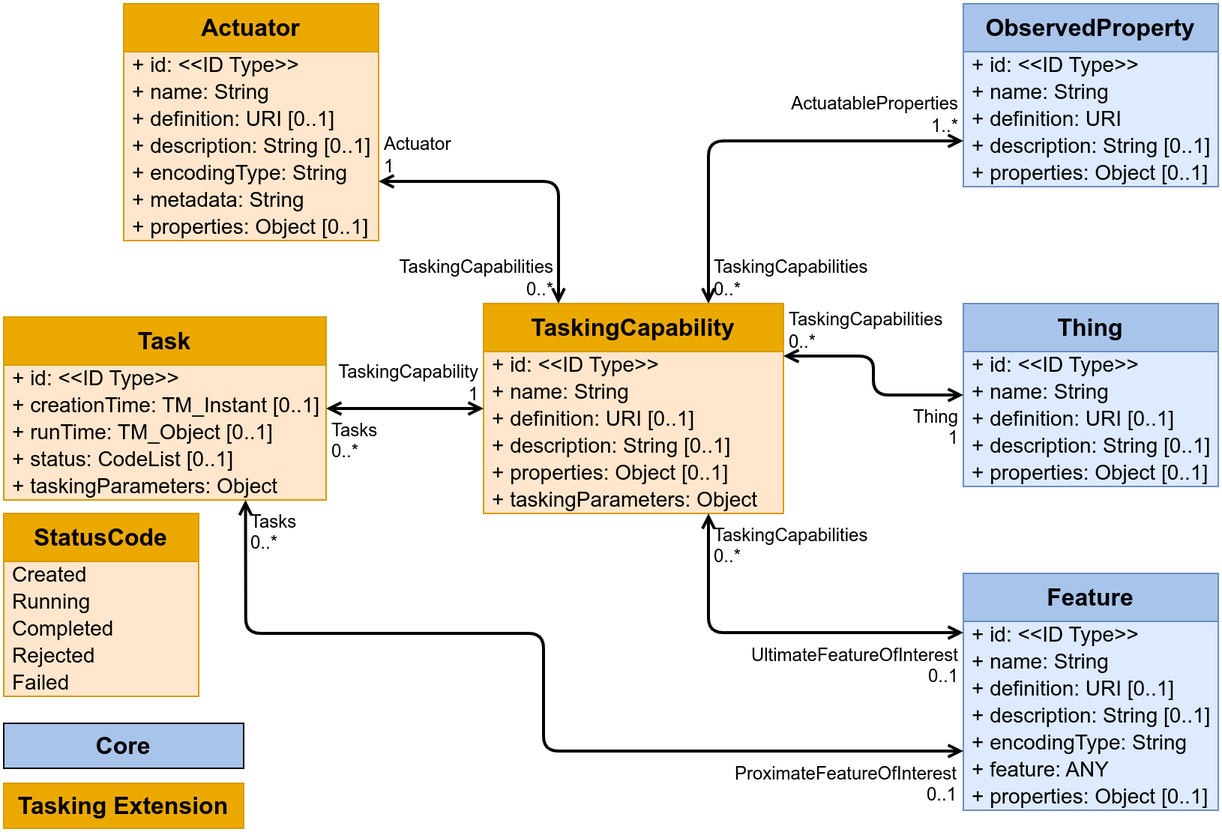
Earlier version of the draw.io export figures/Datamodel-SensorThingsApi-V2-Tasking.drawio.png (opengeospatial/sensorthings). Source tidied: cells renumbered, new cells last; positions are measured from the earlier drawing's top-left corner, leaving out a move shared by most shapes.
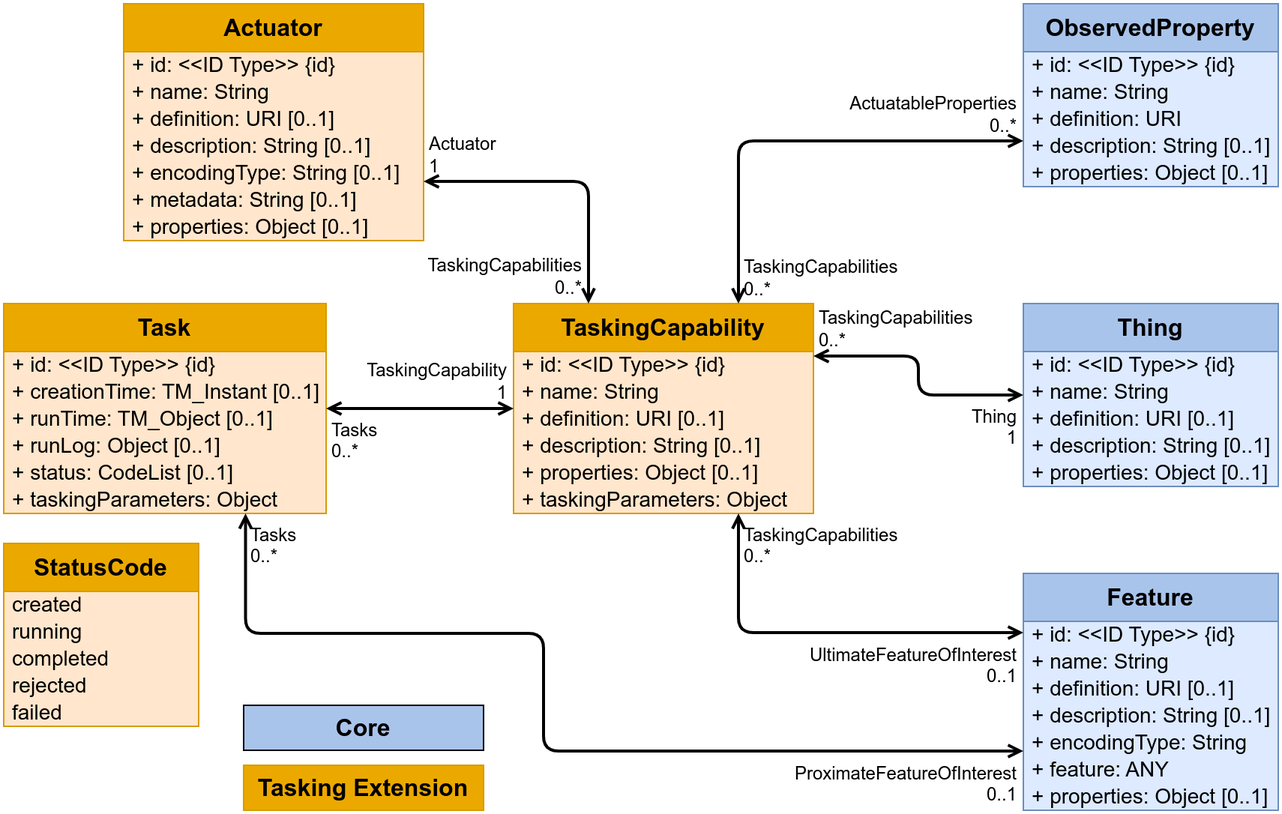
After the commit.

Change to the diagram source:
```diff
@@ -3,9 +3,9 @@
     <mxCell id="0" />
     <mxCell id="1" parent="0" />
     <mxCell id="2" value="Feature" style="swimlane;fontStyle=1;horizontal=1;startSize=32;fontSize=16;whiteSpace=wrap;html=1;fillColor=#A9C4EB;strokeColor=#6c8ebf;swimlaneFillColor=#DDEAFF;verticalAlign=top;" parent="1" vertex="1">
-      <mxGeometry x="640" y="380" width="170" height="158" as="geometry" />
+      <mxGeometry x="680" y="380" width="170" height="158" as="geometry" />
     </mxCell>
-    <mxCell id="3" value="+ id: &amp;lt;&amp;lt;ID Type&amp;gt;&amp;gt;" style="text;strokeColor=none;fillColor=none;align=left;verticalAlign=middle;spacingLeft=4;spacingRight=4;overflow=visible;html=1;fontSize=14;" parent="2" vertex="1">
+    <mxCell id="3" value="+ id: &amp;lt;&amp;lt;ID Type&amp;gt;&amp;gt;&amp;nbsp;{id}" style="text;strokeColor=none;fillColor=none;align=left;verticalAlign=middle;spacingLeft=4;spacingRight=4;overflow=visible;html=1;fontSize=14;" parent="2" vertex="1">
       <mxGeometry y="32" width="170" height="18" as="geometry" />
     </mxCell>
     <mxCell id="4" value="+ name: String" style="text;strokeColor=none;fillColor=none;align=left;verticalAlign=middle;spacingLeft=4;spacingRight=4;overflow=visible;html=1;fontSize=14;" parent="2" vertex="1">
@@ -27,9 +27,9 @@
       <mxGeometry y="140" width="170" height="18" as="geometry" />
     </mxCell>
     <mxCell id="10" value="ObservedProperty" style="swimlane;fontStyle=1;horizontal=1;startSize=32;fontSize=16;whiteSpace=wrap;html=1;fillColor=#A9C4EB;strokeColor=#6c8ebf;swimlaneFillColor=#DDEAFF;verticalAlign=top;" parent="1" vertex="1">
-      <mxGeometry x="640" width="170" height="122" as="geometry" />
+      <mxGeometry x="680" width="170" height="122" as="geometry" />
     </mxCell>
-    <mxCell id="11" value="+ id: &amp;lt;&amp;lt;ID Type&amp;gt;&amp;gt;" style="text;strokeColor=none;fillColor=none;align=left;verticalAlign=middle;spacingLeft=4;spacingRight=4;overflow=visible;html=1;fontSize=14;" parent="10" vertex="1">
+    <mxCell id="11" value="+ id: &amp;lt;&amp;lt;ID Type&amp;gt;&amp;gt;&amp;nbsp;{id}" style="text;strokeColor=none;fillColor=none;align=left;verticalAlign=middle;spacingLeft=4;spacingRight=4;overflow=visible;html=1;fontSize=14;" parent="10" vertex="1">
       <mxGeometry y="32" width="170" height="18" as="geometry" />
     </mxCell>
     <mxCell id="12" value="+ name: String" style="text;strokeColor=none;fillColor=none;align=left;verticalAlign=middle;spacingLeft=4;spacingRight=4;overflow=visible;html=1;fontSize=14;" parent="10" vertex="1">
@@ -45,9 +45,9 @@
       <mxGeometry y="104" width="170" height="18" as="geometry" />
     </mxCell>
     <mxCell id="16" value="Thing" style="swimlane;fontStyle=1;horizontal=1;startSize=32;fontSize=16;whiteSpace=wrap;html=1;fillColor=#A9C4EB;strokeColor=#6c8ebf;swimlaneFillColor=#DDEAFF;verticalAlign=top;" parent="1" vertex="1">
-      <mxGeometry x="640" y="200" width="170" height="122" as="geometry" />
+      <mxGeometry x="680" y="200" width="170" height="122" as="geometry" />
     </mxCell>
-    <mxCell id="17" value="+ id: &amp;lt;&amp;lt;ID Type&amp;gt;&amp;gt;" style="text;strokeColor=none;fillColor=none;align=left;verticalAlign=middle;spacingLeft=4;spacingRight=4;overflow=visible;html=1;fontSize=14;" parent="16" vertex="1">
+    <mxCell id="17" value="+ id: &amp;lt;&amp;lt;ID Type&amp;gt;&amp;gt;&amp;nbsp;{id}" style="text;strokeColor=none;fillColor=none;align=left;verticalAlign=middle;spacingLeft=4;spacingRight=4;overflow=visible;html=1;fontSize=14;" parent="16" vertex="1">
       <mxGeometry y="32" width="170" height="18" as="geometry" />
     </mxCell>
     <mxCell id="18" value="+ name: String" style="text;strokeColor=none;fillColor=none;align=left;verticalAlign=middle;spacingLeft=4;spacingRight=4;overflow=visible;html=1;fontSize=14;" parent="16" vertex="1">
@@ -63,36 +63,36 @@
       <mxGeometry y="104" width="170" height="18" as="geometry" />
     </mxCell>
     <mxCell id="22" value="Core" style="rounded=0;whiteSpace=wrap;html=1;labelBackgroundColor=none;fillColor=#A9C4EB;strokeColor=default;fontStyle=1;fontSize=16;" parent="1" vertex="1">
-      <mxGeometry y="480" width="160" height="30" as="geometry" />
+      <mxGeometry x="160" y="468" width="160" height="30" as="geometry" />
     </mxCell>
     <mxCell id="23" value="Actuator" style="swimlane;fontStyle=1;horizontal=1;startSize=32;fontSize=16;whiteSpace=wrap;html=1;fillColor=#EBA900;strokeColor=#d79b00;swimlaneFillColor=#FFE6CC;" parent="1" vertex="1">
-      <mxGeometry x="80" width="170" height="158" as="geometry" />
+      <mxGeometry x="80" width="200" height="158" as="geometry" />
     </mxCell>
-    <mxCell id="24" value="+ id: &amp;lt;&amp;lt;ID Type&amp;gt;&amp;gt;" style="text;strokeColor=none;fillColor=none;align=left;verticalAlign=middle;spacingLeft=4;spacingRight=4;overflow=visible;html=1;fontSize=14;" parent="23" vertex="1">
-      <mxGeometry y="32" width="170" height="18" as="geometry" />
+    <mxCell id="24" value="+ id: &amp;lt;&amp;lt;ID Type&amp;gt;&amp;gt; {id}" style="text;strokeColor=none;fillColor=none;align=left;verticalAlign=middle;spacingLeft=4;spacingRight=4;overflow=visible;html=1;fontSize=14;" parent="23" vertex="1">
+      <mxGeometry y="32" width="200" height="18" as="geometry" />
     </mxCell>
     <mxCell id="25" value="+ name: String" style="text;strokeColor=none;fillColor=none;align=left;verticalAlign=middle;spacingLeft=4;spacingRight=4;overflow=visible;html=1;fontSize=14;" parent="23" vertex="1">
-      <mxGeometry y="50" width="170" height="18" as="geometry" />
+      <mxGeometry y="50" width="200" height="18" as="geometry" />
     </mxCell>
     <mxCell id="26" value="+ definition: URI&amp;nbsp;[0..1]" style="text;strokeColor=none;fillColor=none;align=left;verticalAlign=middle;spacingLeft=4;spacingRight=4;overflow=visible;html=1;fontSize=14;" parent="23" vertex="1">
-      <mxGeometry y="68" width="170" height="18" as="geometry" />
+      <mxGeometry y="68" width="200" height="18" as="geometry" />
     </mxCell>
     <mxCell id="27" value="+ description: String&amp;nbsp;[0..1]" style="text;strokeColor=none;fillColor=none;align=left;verticalAlign=middle;spacingLeft=4;spacingRight=4;overflow=visible;html=1;fontSize=14;" parent="23" vertex="1">
-      <mxGeometry y="86" width="170" height="18" as="geometry" />
+      <mxGeometry y="86" width="200" height="18" as="geometry" />
     </mxCell>
-    <mxCell id="28" value="+ encodingType: String" style="text;strokeColor=none;fillColor=none;align=left;verticalAlign=middle;spacingLeft=4;spacingRight=4;overflow=visible;html=1;fontSize=14;" parent="23" vertex="1">
-      <mxGeometry y="104" width="170" height="18" as="geometry" />
+    <mxCell id="28" value="+ encodingType: String [0..1]" style="text;strokeColor=none;fillColor=none;align=left;verticalAlign=middle;spacingLeft=4;spacingRight=4;overflow=visible;html=1;fontSize=14;" parent="23" vertex="1">
+      <mxGeometry y="104" width="200" height="18" as="geometry" />
     </mxCell>
-    <mxCell id="29" value="+ metadata: String" style="text;strokeColor=none;fillColor=none;align=left;verticalAlign=middle;spacingLeft=4;spacingRight=4;overflow=visible;html=1;fontSize=14;" parent="23" vertex="1">
-      <mxGeometry y="122" width="170" height="18" as="geometry" />
+    <mxCell id="29" value="+ metadata: String [0..1]" style="text;strokeColor=none;fillColor=none;align=left;verticalAlign=middle;spacingLeft=4;spacingRight=4;overflow=visible;html=1;fontSize=14;" parent="23" vertex="1">
+      <mxGeometry y="122" width="200" height="18" as="geometry" />
     </mxCell>
     <mxCell id="30" value="+ properties: Object&amp;nbsp;[0..1]" style="text;strokeColor=none;fillColor=none;align=left;verticalAlign=middle;spacingLeft=4;spacingRight=4;overflow=visible;html=1;fontSize=14;" parent="23" vertex="1">
-      <mxGeometry y="140" width="170" height="18" as="geometry" />
+      <mxGeometry y="140" width="200" height="18" as="geometry" />
     </mxCell>
     <mxCell id="31" value="Task" style="swimlane;fontStyle=1;horizontal=1;startSize=32;fontSize=16;whiteSpace=wrap;html=1;fillColor=#EBA900;strokeColor=#d79b00;swimlaneFillColor=#FFE6CC;" parent="1" vertex="1">
-      <mxGeometry y="209" width="215" height="122" as="geometry" />
+      <mxGeometry y="200" width="215" height="140" as="geometry" />
     </mxCell>
-    <mxCell id="32" value="+ id: &amp;lt;&amp;lt;ID Type&amp;gt;&amp;gt;" style="text;strokeColor=none;fillColor=none;align=left;verticalAlign=middle;spacingLeft=4;spacingRight=4;overflow=visible;html=1;fontSize=14;" parent="31" vertex="1">
+    <mxCell id="32" value="+ id: &amp;lt;&amp;lt;ID Type&amp;gt;&amp;gt;&amp;nbsp;{id}" style="text;strokeColor=none;fillColor=none;align=left;verticalAlign=middle;spacingLeft=4;spacingRight=4;overflow=visible;html=1;fontSize=14;" parent="31" vertex="1">
       <mxGeometry y="32" width="215" height="18" as="geometry" />
     </mxCell>
     <mxCell id="33" value="+ creationTime: TM_Instant&amp;nbsp;[0..1]" style="text;strokeColor=none;fillColor=none;align=left;verticalAlign=middle;spacingLeft=4;spacingRight=4;overflow=visible;html=1;fontSize=14;" parent="31" vertex="1">
@@ -101,16 +101,19 @@
     <mxCell id="34" value="+ runTime: TM_Object&amp;nbsp;[0..1]" style="text;strokeColor=none;fillColor=none;align=left;verticalAlign=middle;spacingLeft=4;spacingRight=4;overflow=visible;html=1;fontSize=14;" parent="31" vertex="1">
       <mxGeometry y="68" width="215" height="18" as="geometry" />
     </mxCell>
+    <mxCell id="69" value="+ runLog: Object [0..1]" style="text;strokeColor=none;fillColor=none;align=left;verticalAlign=middle;spacingLeft=4;spacingRight=4;overflow=visible;html=1;fontSize=14;" parent="31" vertex="1">
+      <mxGeometry y="86" width="215" height="18" as="geometry" />
+    </mxCell>
     <mxCell id="35" value="+ status: CodeList&amp;nbsp;[0..1]" style="text;strokeColor=none;fillColor=none;align=left;verticalAlign=middle;spacingLeft=4;spacingRight=4;overflow=visible;html=1;fontSize=14;" parent="31" vertex="1">
-      <mxGeometry y="86" width="215" height="18" as="geometry" />
+      <mxGeometry y="104" width="215" height="18" as="geometry" />
     </mxCell>
     <mxCell id="36" value="+ taskingParameters: Object" style="text;strokeColor=none;fillColor=none;align=left;verticalAlign=middle;spacingLeft=4;spacingRight=4;overflow=visible;html=1;fontSize=14;" parent="31" vertex="1">
-      <mxGeometry y="104" width="215" height="18" as="geometry" />
+      <mxGeometry y="122" width="215" height="18" as="geometry" />
     </mxCell>
     <mxCell id="37" value="TaskingCapability" style="swimlane;fontStyle=1;horizontal=1;startSize=32;fontSize=16;whiteSpace=wrap;html=1;fillColor=#EBA900;strokeColor=#d79b00;swimlaneFillColor=#FFE6CC;" parent="1" vertex="1">
-      <mxGeometry x="320" y="200" width="200" height="140" as="geometry" />
+      <mxGeometry x="340" y="200" width="200" height="140" as="geometry" />
     </mxCell>
-    <mxCell id="38" value="+ id: &amp;lt;&amp;lt;ID Type&amp;gt;&amp;gt;" style="text;strokeColor=none;fillColor=none;align=left;verticalAlign=middle;spacingLeft=4;spacingRight=4;overflow=visible;html=1;fontSize=14;" parent="37" vertex="1">
+    <mxCell id="38" value="+ id: &amp;lt;&amp;lt;ID Type&amp;gt;&amp;gt;&amp;nbsp;{id}" style="text;strokeColor=none;fillColor=none;align=left;verticalAlign=middle;spacingLeft=4;spacingRight=4;overflow=visible;html=1;fontSize=14;" parent="37" vertex="1">
       <mxGeometry y="32" width="200" height="18" as="geometry" />
     </mxCell>
     <mxCell id="39" value="+ name: String" style="text;strokeColor=none;fillColor=none;align=left;verticalAlign=middle;spacingLeft=4;spacingRight=4;overflow=visible;html=1;fontSize=14;" parent="37" vertex="1">
@@ -158,7 +161,7 @@
     <mxCell id="53" style="endArrow=open;startArrow=open;html=1;rounded=1;edgeStyle=orthogonalEdgeStyle;entryX=0.75;entryY=0;entryDx=0;entryDy=0;exitX=0;exitY=0.75;exitDx=0;exitDy=0;curved=0;strokeWidth=2;startFill=0;endFill=0;" parent="1" edge="1" source="10" target="37">
       <mxGeometry relative="1" as="geometry" />
     </mxCell>
-    <mxCell id="54" value="ActuatableProperties&lt;br&gt;1..*" style="edgeLabel;html=1;align=right;verticalAlign=bottom;labelBackgroundColor=none;fontSize=12;spacingLeft=1;spacing=3;spacingRight=2;" parent="53" vertex="1">
+    <mxCell id="54" value="ActuatableProperties&lt;br&gt;0..*" style="edgeLabel;html=1;align=right;verticalAlign=bottom;labelBackgroundColor=none;fontSize=12;spacingLeft=1;spacing=3;spacingRight=2;" parent="53" vertex="1">
       <mxGeometry x="-1" relative="1" as="geometry" />
     </mxCell>
     <mxCell id="55" value="TaskingCapabilities&lt;br&gt;0..*" style="edgeLabel;html=1;align=left;verticalAlign=bottom;labelBackgroundColor=none;fontSize=12;spacingLeft=1;spacing=3;spacingRight=2;" parent="53" vertex="1">
@@ -189,24 +192,24 @@
       <mxGeometry x="1" relative="1" as="geometry" />
     </mxCell>
     <mxCell id="62" value="Tasking Extension" style="rounded=0;whiteSpace=wrap;html=1;labelBackgroundColor=none;fillColor=#EBA900;strokeColor=#d79b00;fontStyle=1;fontSize=16;startSize=32;swimlaneFillColor=#FFE6CC;" parent="1" vertex="1">
-      <mxGeometry y="520" width="160" height="30" as="geometry" />
+      <mxGeometry x="160" y="508" width="160" height="30" as="geometry" />
     </mxCell>
     <mxCell id="63" value="StatusCode" style="swimlane;fontStyle=1;horizontal=1;startSize=32;fontSize=16;whiteSpace=wrap;html=1;fillColor=#EBA900;strokeColor=#d79b00;swimlaneFillColor=#FFE6CC;" parent="1" vertex="1">
-      <mxGeometry y="340" width="130" height="122" as="geometry" />
+      <mxGeometry y="360" width="130" height="122" as="geometry" />
     </mxCell>
-    <mxCell id="64" value="Created" style="text;strokeColor=none;fillColor=none;align=left;verticalAlign=middle;spacingLeft=4;spacingRight=4;overflow=visible;html=1;fontSize=14;" parent="63" vertex="1">
+    <mxCell id="64" value="created" style="text;strokeColor=none;fillColor=none;align=left;verticalAlign=middle;spacingLeft=4;spacingRight=4;overflow=visible;html=1;fontSize=14;" parent="63" vertex="1">
       <mxGeometry y="32" width="130" height="18" as="geometry" />
     </mxCell>
-    <mxCell id="65" value="Running" style="text;strokeColor=none;fillColor=none;align=left;verticalAlign=middle;spacingLeft=4;spacingRight=4;overflow=visible;html=1;fontSize=14;" parent="63" vertex="1">
+    <mxCell id="65" value="running" style="text;strokeColor=none;fillColor=none;align=left;verticalAlign=middle;spacingLeft=4;spacingRight=4;overflow=visible;html=1;fontSize=14;" parent="63" vertex="1">
       <mxGeometry y="50" width="130" height="18" as="geometry" />
     </mxCell>
-    <mxCell id="66" value="Completed" style="text;strokeColor=none;fillColor=none;align=left;verticalAlign=middle;spacingLeft=4;spacingRight=4;overflow=visible;html=1;fontSize=14;" parent="63" vertex="1">
+    <mxCell id="66" value="completed" style="text;strokeColor=none;fillColor=none;align=left;verticalAlign=middle;spacingLeft=4;spacingRight=4;overflow=visible;html=1;fontSize=14;" parent="63" vertex="1">
       <mxGeometry y="68" width="130" height="18" as="geometry" />
     </mxCell>
-    <mxCell id="67" value="Rejected" style="text;strokeColor=none;fillColor=none;align=left;verticalAlign=middle;spacingLeft=4;spacingRight=4;overflow=visible;html=1;fontSize=14;" parent="63" vertex="1">
+    <mxCell id="67" value="rejected" style="text;strokeColor=none;fillColor=none;align=left;verticalAlign=middle;spacingLeft=4;spacingRight=4;overflow=visible;html=1;fontSize=14;" parent="63" vertex="1">
       <mxGeometry y="86" width="130" height="18" as="geometry" />
     </mxCell>
-    <mxCell id="68" value="Failed" style="text;strokeColor=none;fillColor=none;align=left;verticalAlign=middle;spacingLeft=4;spacingRight=4;overflow=visible;html=1;fontSize=14;" parent="63" vertex="1">
+    <mxCell id="68" value="failed" style="text;strokeColor=none;fillColor=none;align=left;verticalAlign=middle;spacingLeft=4;spacingRight=4;overflow=visible;html=1;fontSize=14;" parent="63" vertex="1">
       <mxGeometry y="104" width="130" height="18" as="geometry" />
     </mxCell>
   </root>
```
